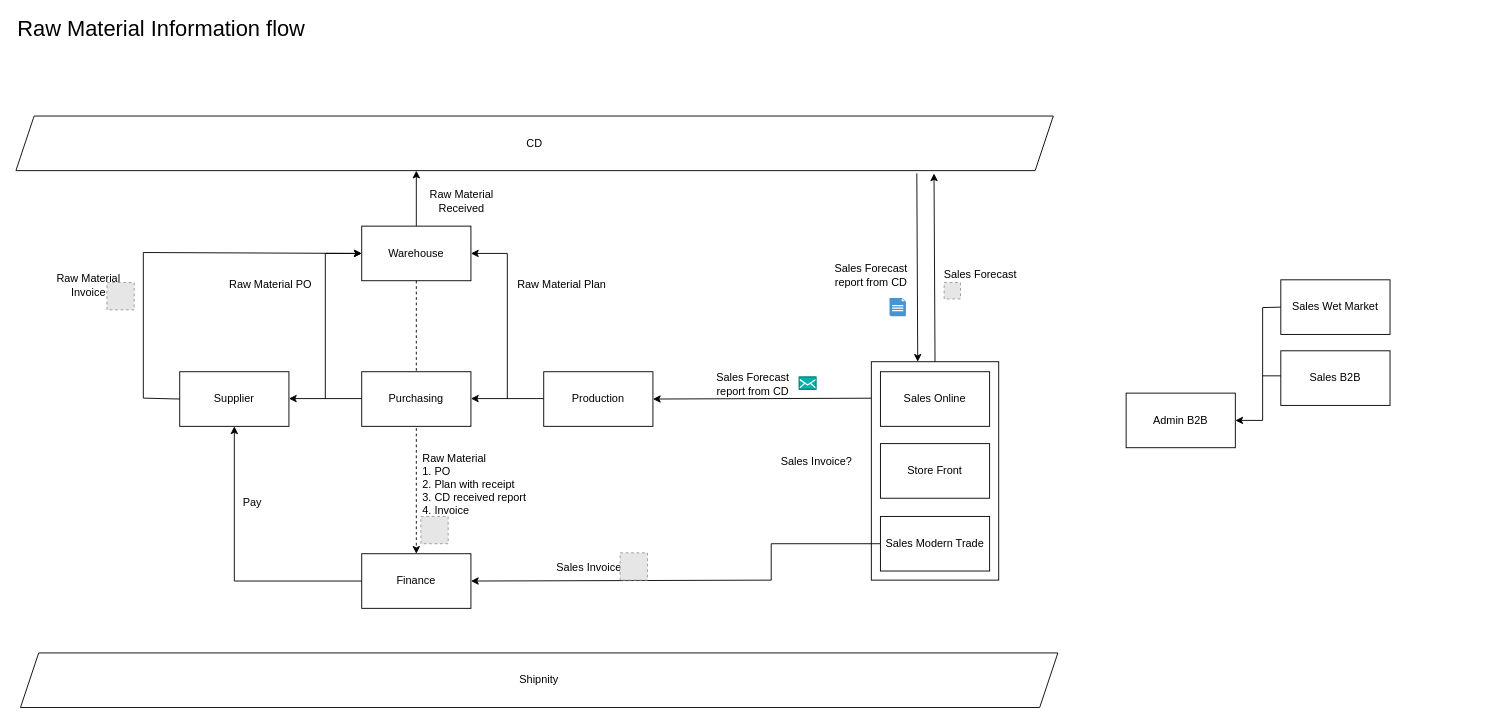
Before: page "RM info flow" (1 of 7) of RM flow.drawio in pkppm-dev/Roy-s, a draw.io diagram. Source tidied: cells renumbered, new cells numbered last; positions are measured from the earlier drawing's top-left corner, leaving out a move shared by most shapes. Both pictures are drawn from the tidied source at 91%, with x=0, y=0 at pixel (15, 15). Pictures stored in the file or linked from it are replaced by grey dashed boxes.
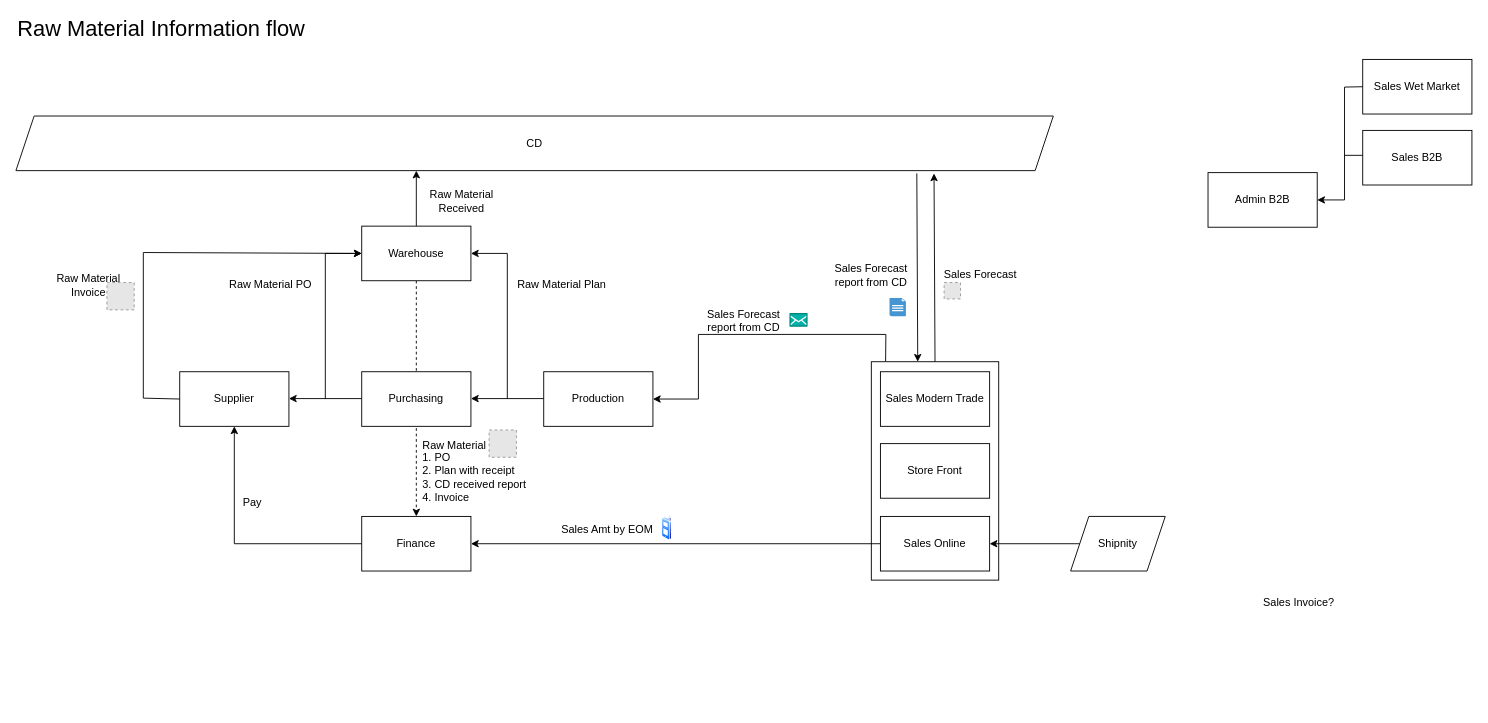
Above is the later version.

Unchanged cells that the change refers to:
```xml
<mxCell id="2" style="rounded=0;whiteSpace=wrap;html=1;" parent="1" vertex="1">
  <mxGeometry x="940" y="380" width="140" height="240" as="geometry" />
</mxCell>
<mxCell id="4" value="Supplier" style="rounded=0;whiteSpace=wrap;html=1;" parent="1" vertex="1">
  <mxGeometry x="180" y="391" width="120" height="60" as="geometry" />
</mxCell>
<mxCell id="6" value="Production" style="whiteSpace=wrap;html=1;rounded=0;" parent="1" vertex="1">
  <mxGeometry x="580" y="391" width="120" height="60" as="geometry" />
</mxCell>
```

Change to the diagram source:
```diff
@@
     <mxCell id="7" value="Admin B2B" style="whiteSpace=wrap;html=1;rounded=0;" parent="1" vertex="1">
-      <mxGeometry x="1220" y="414.5" width="120" height="60" as="geometry" />
+      <mxGeometry x="1310" y="172.2" width="120" height="60" as="geometry" />
     </mxCell>
     <mxCell id="8" value="Sales B2B" style="whiteSpace=wrap;html=1;rounded=0;" parent="1" vertex="1">
-      <mxGeometry x="1390" y="368" width="120" height="60" as="geometry" />
+      <mxGeometry x="1480" y="125.8" width="120" height="60" as="geometry" />
     </mxCell>
     <mxCell id="9" value="Sales Wet Market" style="whiteSpace=wrap;html=1;rounded=0;" parent="1" vertex="1">
-      <mxGeometry x="1390" y="290" width="120" height="60" as="geometry" />
+      <mxGeometry x="1480" y="47.8" width="120" height="60" as="geometry" />
     </mxCell>
@@
     <mxCell id="11" value="Finance" style="whiteSpace=wrap;html=1;rounded=0;" parent="1" vertex="1">
-      <mxGeometry x="380" y="591" width="120" height="60" as="geometry" />
+      <mxGeometry x="380" y="550" width="120" height="60" as="geometry" />
     </mxCell>
     <mxCell id="12" style="endArrow=classic;html=1;rounded=0;exitX=0;exitY=0.5;exitDx=0;exitDy=0;entryX=1;entryY=0.5;entryDx=0;entryDy=0;" parent="1" edge="1" source="9" target="7">
       <mxGeometry relative="1" as="geometry">
         <Array as="points">
-          <mxPoint x="1370" y="320.5" />
-          <mxPoint x="1370" y="444.5" />
+          <mxPoint x="1460" y="78.2" />
+          <mxPoint x="1460" y="202.2" />
         </Array>
       </mxGeometry>
     </mxCell>
@@
-    <mxCell id="16" style="endArrow=classic;html=1;rounded=0;exitX=0;exitY=0.5;exitDx=0;exitDy=0;entryX=1;entryY=0.5;entryDx=0;entryDy=0;" parent="1" edge="1" source="34" target="11">
-      <mxGeometry relative="1" as="geometry">
-        <Array as="points">
-          <mxPoint x="830" y="580" />
-          <mxPoint x="830" y="620" />
-        </Array>
-      </mxGeometry>
-    </mxCell>
@@
-    <mxCell id="22" value="Sales Invoice" style="text;html=1;align=center;verticalAlign=middle;whiteSpace=wrap;rounded=0;" parent="1" vertex="1">
-      <mxGeometry x="580" y="591" width="100" height="30" as="geometry" />
+    <mxCell id="22" value="Sales Amt by EOM" style="text;html=1;align=center;verticalAlign=middle;whiteSpace=wrap;rounded=0;" parent="1" vertex="1">
+      <mxGeometry x="590" y="550" width="120" height="30" as="geometry" />
     </mxCell>
@@
     <mxCell id="28" style="endArrow=classic;html=1;rounded=0;exitX=0;exitY=0.5;exitDx=0;exitDy=0;entryX=0.5;entryY=1;entryDx=0;entryDy=0;" parent="1" edge="1" source="11" target="4">
       <mxGeometry relative="1" as="geometry">
         <Array as="points">
-          <mxPoint x="240" y="621" />
+          <mxPoint x="240" y="580" />
         </Array>
       </mxGeometry>
     </mxCell>
@@
     <mxCell id="30" value="Raw Material&lt;div style=&quot;&quot;&gt;1. PO&lt;/div&gt;&lt;div&gt;2. Plan with receipt&lt;/div&gt;&lt;div&gt;3. CD received report&lt;/div&gt;&lt;div&gt;4. Invoice&lt;/div&gt;" style="text;html=1;align=left;verticalAlign=middle;whiteSpace=wrap;rounded=0;" parent="1" vertex="1">
-      <mxGeometry x="445" y="470" width="120" height="90" as="geometry" />
+      <mxGeometry x="445" y="455" width="120" height="90" as="geometry" />
     </mxCell>
@@
+    <mxCell id="48" style="edgeStyle=orthogonalEdgeStyle;rounded=0;jettySize=auto;html=1;entryX=1;entryY=0.5;entryDx=0;entryDy=0;" parent="1" edge="1" source="32" target="11">
+      <mxGeometry relative="1" as="geometry" />
+    </mxCell>
     <mxCell id="32" value="Sales Online" style="whiteSpace=wrap;html=1;rounded=0;" parent="1" vertex="1">
-      <mxGeometry x="950" y="391" width="120" height="60" as="geometry" />
+      <mxGeometry x="950" y="550" width="120" height="60" as="geometry" />
     </mxCell>
@@
     <mxCell id="34" value="Sales Modern Trade" style="whiteSpace=wrap;html=1;rounded=0;" parent="1" vertex="1">
-      <mxGeometry x="950" y="550" width="120" height="60" as="geometry" />
+      <mxGeometry x="950" y="391" width="120" height="60" as="geometry" />
     </mxCell>
     <mxCell id="35" style="endArrow=none;html=1;rounded=0;" parent="1" edge="1">
       <mxGeometry relative="1" as="geometry">
-        <mxPoint x="1370" y="395.5" as="sourcePoint" />
-        <mxPoint x="1390" y="395.5" as="targetPoint" />
+        <mxPoint x="1460" y="153.2" as="sourcePoint" />
+        <mxPoint x="1480" y="153.2" as="targetPoint" />
       </mxGeometry>
     </mxCell>
@@
-    <mxCell id="37" style="endArrow=classic;html=1;rounded=0;entryX=1;entryY=0.5;entryDx=0;entryDy=0;exitX=-0.001;exitY=0.167;exitDx=0;exitDy=0;exitPerimeter=0;" parent="1" edge="1" source="2" target="6">
-      <mxGeometry relative="1" as="geometry" />
+    <mxCell id="37" style="endArrow=classic;html=1;rounded=0;entryX=1;entryY=0.5;entryDx=0;entryDy=0;exitX=0.112;exitY=-0.002;exitDx=0;exitDy=0;exitPerimeter=0;" parent="1" edge="1" source="2" target="6">
+      <mxGeometry relative="1" as="geometry">
+        <Array as="points">
+          <mxPoint x="956" y="350" />
+          <mxPoint x="750" y="350" />
+          <mxPoint x="750" y="421" />
+        </Array>
+      </mxGeometry>
     </mxCell>
     <mxCell id="38" value="Sales Forecast report from CD" style="text;html=1;align=center;verticalAlign=middle;whiteSpace=wrap;rounded=0;" parent="1" vertex="1">
-      <mxGeometry x="760" y="389.5" width="100" height="30" as="geometry" />
+      <mxGeometry x="750" y="320" width="100" height="30" as="geometry" />
     </mxCell>
@@
+    <mxCell id="49" style="edgeStyle=orthogonalEdgeStyle;rounded=0;jettySize=auto;html=1;entryX=1;entryY=0.5;entryDx=0;entryDy=0;" parent="1" edge="1" source="40" target="32">
+      <mxGeometry relative="1" as="geometry" />
+    </mxCell>
     <mxCell id="40" value="Shipnity" style="whiteSpace=wrap;html=1;rounded=0;shape=parallelogram;perimeter=parallelogramPerimeter;fixedSize=1;" parent="1" vertex="1">
-      <mxGeometry x="5" y="700" width="1140" height="60" as="geometry" />
+      <mxGeometry x="1159" y="550" width="104" height="60" as="geometry" />
     </mxCell>
     <mxCell id="41" value="Sales Invoice?" style="text;html=1;align=center;verticalAlign=middle;whiteSpace=wrap;rounded=0;" parent="1" vertex="1">
-      <mxGeometry x="830" y="474.5" width="100" height="30" as="geometry" />
+      <mxGeometry x="1360" y="630" width="100" height="30" as="geometry" />
     </mxCell>
@@
     <mxCell id="44" style="verticalLabelPosition=bottom;html=1;shape=mxgraph.salesforce.inbox;" parent="1" vertex="1">
-      <mxGeometry x="860" y="396" width="20" height="15" as="geometry" />
+      <mxGeometry x="850" y="326.5" width="20" height="15" as="geometry" />
     </mxCell>
-    <mxCell id="45" style="fillColor=#E6E6E6;strokeColor=#999999;dashed=1;html=1;verticalAlign=top;verticalLabelPosition=bottom;labelBackgroundColor=#ffffff;" parent="1" vertex="1">
-      <mxGeometry x="664" y="590" width="30" height="30" as="geometry" />
-    </mxCell>
@@
     <mxCell id="47" style="fillColor=#E6E6E6;strokeColor=#999999;dashed=1;html=1;verticalAlign=top;verticalLabelPosition=bottom;labelBackgroundColor=#ffffff;" parent="1" vertex="1">
-      <mxGeometry x="445" y="550" width="30" height="30" as="geometry" />
+      <mxGeometry x="520" y="455" width="30" height="30" as="geometry" />
     </mxCell>
+    <mxCell id="50" style="image;perimeter=ellipsePerimeter;html=1;align=center;shadow=0;dashed=0;spacingTop=3;image=img/lib/active_directory/cell_phone.svg;" parent="1" vertex="1">
+      <mxGeometry x="710" y="550" width="11" height="26.2" as="geometry" />
+    </mxCell>
```
